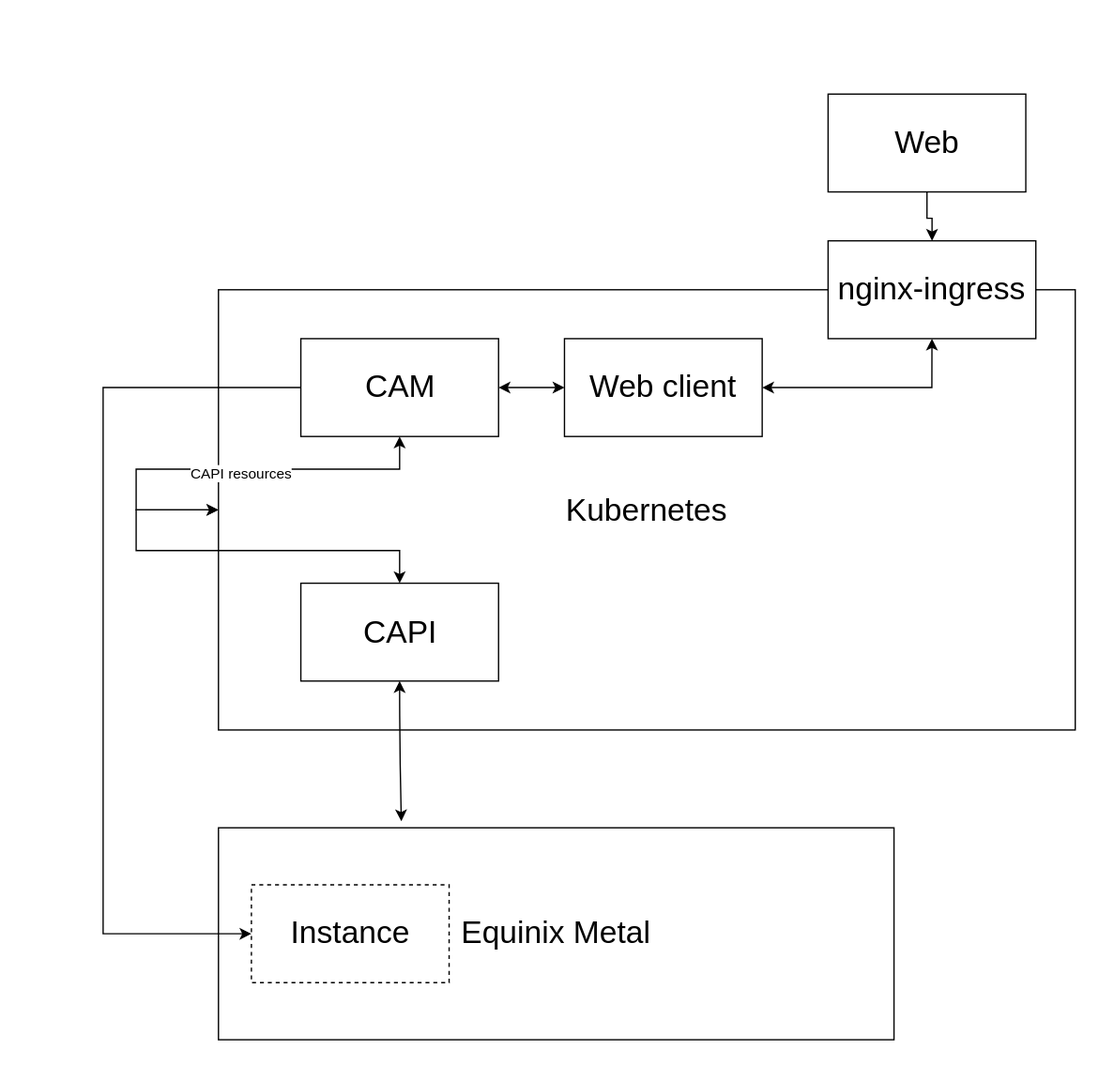
The draw.io diagram architecture-diagram.svg in sharingio/pair, before a commit. Source tidied: cells renumbered, new cells last; positions are measured from the earlier drawing's top-left corner, leaving out a move shared by most shapes. Its diagram source:
```xml
<mxGraphModel>
  <root>
    <mxCell id="0" />
    <mxCell id="1" parent="0" />
    <mxCell id="2" value="Kubernetes" style="rounded=0;whiteSpace=wrap;html=1;fontSize=24;" parent="1" vertex="1">
      <mxGeometry x="87.8" y="149" width="652.2" height="335.2" as="geometry" />
    </mxCell>
    <mxCell id="3" value="Web client" style="rounded=0;whiteSpace=wrap;html=1;fontSize=24;" parent="1" vertex="1">
      <mxGeometry x="351.2" y="186.2" width="150.5" height="74.5" as="geometry" />
    </mxCell>
    <mxCell id="4" style="edgeStyle=orthogonalEdgeStyle;rounded=0;jettySize=auto;html=1;entryX=0;entryY=0.5;entryDx=0;entryDy=0;startArrow=classic;startFill=1;fontSize=24;" parent="1" edge="1" source="7" target="3">
      <mxGeometry x="170" y="50" as="geometry" />
    </mxCell>
    <mxCell id="5" style="edgeStyle=orthogonalEdgeStyle;rounded=0;jettySize=auto;html=1;entryX=0;entryY=0.5;entryDx=0;entryDy=0;startArrow=classic;startFill=1;fontSize=24;" parent="1" edge="1" source="7" target="2">
      <mxGeometry x="170" y="50" as="geometry">
        <Array as="points">
          <mxPoint x="225.8" y="285.5" />
          <mxPoint x="25.1" y="285.5" />
          <mxPoint x="25.1" y="316.6" />
        </Array>
      </mxGeometry>
    </mxCell>
    <mxCell id="6" value="CAPI resources" style="edgeLabel;html=1;align=center;verticalAlign=middle;" parent="5" vertex="1">
      <mxGeometry x="0.07" y="3" relative="1" as="geometry">
        <mxPoint x="24" as="offset" />
      </mxGeometry>
    </mxCell>
    <mxCell id="7" value="CAM" style="rounded=0;whiteSpace=wrap;html=1;fontSize=24;" parent="1" vertex="1">
      <mxGeometry x="150.5" y="186.2" width="150.5" height="74.5" as="geometry" />
    </mxCell>
    <mxCell id="8" value="nginx-ingress" style="rounded=0;whiteSpace=wrap;html=1;fontSize=24;" parent="1" vertex="1">
      <mxGeometry x="551.9" y="111.7" width="158.1" height="74.5" as="geometry" />
    </mxCell>
    <mxCell id="9" style="edgeStyle=orthogonalEdgeStyle;rounded=0;jettySize=auto;html=1;exitX=1;exitY=0.5;exitDx=0;exitDy=0;entryX=0.5;entryY=1;entryDx=0;entryDy=0;startArrow=classic;startFill=1;fontSize=24;" parent="1" edge="1" source="3" target="8">
      <mxGeometry x="170" y="50" as="geometry" />
    </mxCell>
    <mxCell id="10" style="edgeStyle=orthogonalEdgeStyle;jettySize=auto;html=1;startArrow=classic;startFill=1;curved=1;fontSize=24;" parent="1" edge="1" source="12">
      <mxGeometry x="170" y="50" as="geometry">
        <mxPoint x="227" y="553.7" as="targetPoint" />
      </mxGeometry>
    </mxCell>
    <mxCell id="11" style="edgeStyle=orthogonalEdgeStyle;rounded=0;jettySize=auto;html=1;entryX=0;entryY=0.5;entryDx=0;entryDy=0;startArrow=classic;startFill=1;fontSize=24;" parent="1" edge="1" source="12" target="2">
      <mxGeometry x="170" y="50" as="geometry">
        <Array as="points">
          <mxPoint x="225.8" y="347.6" />
          <mxPoint x="25.1" y="347.6" />
          <mxPoint x="25.1" y="316.6" />
        </Array>
      </mxGeometry>
    </mxCell>
    <mxCell id="12" value="CAPI" style="rounded=0;whiteSpace=wrap;html=1;fontSize=24;" parent="1" vertex="1">
      <mxGeometry x="150.5" y="372.4" width="150.5" height="74.5" as="geometry" />
    </mxCell>
    <mxCell id="13" value="Equinix Metal" style="rounded=0;whiteSpace=wrap;html=1;fontSize=24;" parent="1" vertex="1">
      <mxGeometry x="87.8" y="558.6" width="514.2" height="161.4" as="geometry" />
    </mxCell>
    <mxCell id="14" value="Instance" style="rounded=0;whiteSpace=wrap;html=1;dashed=1;fontSize=24;" parent="1" vertex="1">
      <mxGeometry x="112.9" y="602.1" width="150.5" height="74.5" as="geometry" />
    </mxCell>
    <mxCell id="15" style="edgeStyle=orthogonalEdgeStyle;rounded=0;jettySize=auto;html=1;startArrow=none;startFill=0;fontSize=24;" parent="1" edge="1" source="16" target="8">
      <mxGeometry x="170" y="50" as="geometry" />
    </mxCell>
    <mxCell id="16" value="Web" style="rounded=0;whiteSpace=wrap;html=1;fontSize=24;" parent="1" vertex="1">
      <mxGeometry x="551.9" width="150.5" height="74.5" as="geometry" />
    </mxCell>
    <mxCell id="17" style="edgeStyle=orthogonalEdgeStyle;rounded=0;jettySize=auto;html=1;entryX=0;entryY=0.5;entryDx=0;entryDy=0;startArrow=none;startFill=0;fontSize=24;" parent="1" edge="1" source="7" target="14">
      <mxGeometry x="170" y="50" as="geometry">
        <Array as="points">
          <mxPoint y="223.4" />
          <mxPoint y="639.3" />
        </Array>
      </mxGeometry>
    </mxCell>
  </root>
</mxGraphModel>
```
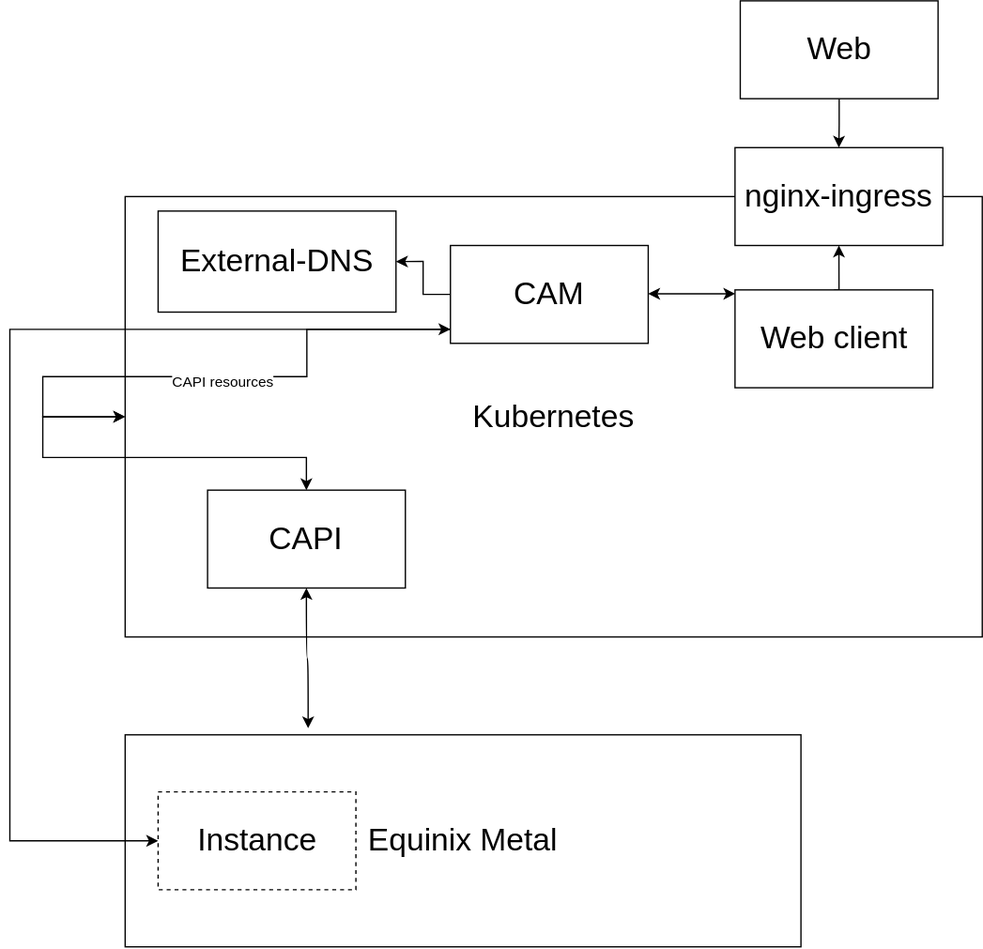
After the change.

Commit message:
Update architecture-diagram

Diff of the diagram source:
```diff
@@ -5,18 +5,27 @@
     <mxCell id="2" value="Kubernetes" style="rounded=0;whiteSpace=wrap;html=1;fontSize=24;" parent="1" vertex="1">
       <mxGeometry x="87.8" y="149" width="652.2" height="335.2" as="geometry" />
     </mxCell>
+    <mxCell id="9" style="edgeStyle=orthogonalEdgeStyle;rounded=0;jettySize=auto;html=1;exitX=0.5;exitY=0;exitDx=0;exitDy=0;entryX=0.5;entryY=1;entryDx=0;entryDy=0;" parent="1" edge="1" source="3" target="8">
+      <mxGeometry relative="1" as="geometry" />
+    </mxCell>
     <mxCell id="3" value="Web client" style="rounded=0;whiteSpace=wrap;html=1;fontSize=24;" parent="1" vertex="1">
-      <mxGeometry x="351.2" y="186.2" width="150.5" height="74.5" as="geometry" />
+      <mxGeometry x="551.9" y="220" width="150.5" height="74.5" as="geometry" />
     </mxCell>
-    <mxCell id="4" style="edgeStyle=orthogonalEdgeStyle;rounded=0;jettySize=auto;html=1;entryX=0;entryY=0.5;entryDx=0;entryDy=0;startArrow=classic;startFill=1;fontSize=24;" parent="1" edge="1" source="7" target="3">
-      <mxGeometry x="170" y="50" as="geometry" />
+    <mxCell id="4" style="edgeStyle=orthogonalEdgeStyle;rounded=0;jettySize=auto;html=1;startArrow=classic;startFill=1;fontSize=24;" parent="1" edge="1" source="7">
+      <mxGeometry x="179.9" y="50" as="geometry">
+        <mxPoint x="552.1" y="223" as="targetPoint" />
+        <Array as="points">
+          <mxPoint x="552.1" y="223" />
+        </Array>
+      </mxGeometry>
     </mxCell>
     <mxCell id="5" style="edgeStyle=orthogonalEdgeStyle;rounded=0;jettySize=auto;html=1;entryX=0;entryY=0.5;entryDx=0;entryDy=0;startArrow=classic;startFill=1;fontSize=24;" parent="1" edge="1" source="7" target="2">
-      <mxGeometry x="170" y="50" as="geometry">
+      <mxGeometry x="179.9" y="50" as="geometry">
         <Array as="points">
-          <mxPoint x="225.8" y="285.5" />
-          <mxPoint x="25.1" y="285.5" />
-          <mxPoint x="25.1" y="316.6" />
+          <mxPoint x="226.1" y="250" />
+          <mxPoint x="226.1" y="286" />
+          <mxPoint x="25.1" y="286" />
+          <mxPoint x="25.1" y="317" />
         </Array>
       </mxGeometry>
     </mxCell>
@@ -25,22 +34,22 @@
         <mxPoint x="24" as="offset" />
       </mxGeometry>
     </mxCell>
+    <mxCell id="18" style="edgeStyle=orthogonalEdgeStyle;rounded=0;jettySize=auto;html=1;entryX=1;entryY=0.5;entryDx=0;entryDy=0;" parent="1" edge="1" source="7" target="19">
+      <mxGeometry relative="1" as="geometry" />
+    </mxCell>
     <mxCell id="7" value="CAM" style="rounded=0;whiteSpace=wrap;html=1;fontSize=24;" parent="1" vertex="1">
-      <mxGeometry x="150.5" y="186.2" width="150.5" height="74.5" as="geometry" />
+      <mxGeometry x="335.3" y="186.2" width="150.5" height="74.5" as="geometry" />
     </mxCell>
     <mxCell id="8" value="nginx-ingress" style="rounded=0;whiteSpace=wrap;html=1;fontSize=24;" parent="1" vertex="1">
       <mxGeometry x="551.9" y="111.7" width="158.1" height="74.5" as="geometry" />
     </mxCell>
-    <mxCell id="9" style="edgeStyle=orthogonalEdgeStyle;rounded=0;jettySize=auto;html=1;exitX=1;exitY=0.5;exitDx=0;exitDy=0;entryX=0.5;entryY=1;entryDx=0;entryDy=0;startArrow=classic;startFill=1;fontSize=24;" parent="1" edge="1" source="3" target="8">
-      <mxGeometry x="170" y="50" as="geometry" />
-    </mxCell>
     <mxCell id="10" style="edgeStyle=orthogonalEdgeStyle;jettySize=auto;html=1;startArrow=classic;startFill=1;curved=1;fontSize=24;" parent="1" edge="1" source="12">
-      <mxGeometry x="170" y="50" as="geometry">
-        <mxPoint x="227" y="553.7" as="targetPoint" />
+      <mxGeometry x="179.9" y="50" as="geometry">
+        <mxPoint x="227.1" y="553.7" as="targetPoint" />
       </mxGeometry>
     </mxCell>
     <mxCell id="11" style="edgeStyle=orthogonalEdgeStyle;rounded=0;jettySize=auto;html=1;entryX=0;entryY=0.5;entryDx=0;entryDy=0;startArrow=classic;startFill=1;fontSize=24;" parent="1" edge="1" source="12" target="2">
-      <mxGeometry x="170" y="50" as="geometry">
+      <mxGeometry x="179.9" y="50" as="geometry">
         <Array as="points">
           <mxPoint x="225.8" y="347.6" />
           <mxPoint x="25.1" y="347.6" />
@@ -58,18 +67,21 @@
       <mxGeometry x="112.9" y="602.1" width="150.5" height="74.5" as="geometry" />
     </mxCell>
     <mxCell id="15" style="edgeStyle=orthogonalEdgeStyle;rounded=0;jettySize=auto;html=1;startArrow=none;startFill=0;fontSize=24;" parent="1" edge="1" source="16" target="8">
-      <mxGeometry x="170" y="50" as="geometry" />
+      <mxGeometry x="179.9" y="50" as="geometry" />
     </mxCell>
     <mxCell id="16" value="Web" style="rounded=0;whiteSpace=wrap;html=1;fontSize=24;" parent="1" vertex="1">
-      <mxGeometry x="551.9" width="150.5" height="74.5" as="geometry" />
+      <mxGeometry x="555.9" width="150.5" height="74.5" as="geometry" />
     </mxCell>
     <mxCell id="17" style="edgeStyle=orthogonalEdgeStyle;rounded=0;jettySize=auto;html=1;entryX=0;entryY=0.5;entryDx=0;entryDy=0;startArrow=none;startFill=0;fontSize=24;" parent="1" edge="1" source="7" target="14">
-      <mxGeometry x="170" y="50" as="geometry">
+      <mxGeometry x="179.9" y="50" as="geometry">
         <Array as="points">
-          <mxPoint y="223.4" />
-          <mxPoint y="639.3" />
+          <mxPoint x="0.1" y="250" />
+          <mxPoint x="0.1" y="639" />
         </Array>
       </mxGeometry>
     </mxCell>
+    <mxCell id="19" value="&lt;font style=&quot;font-size: 24px&quot;&gt;External-DNS&lt;/font&gt;" style="rounded=0;whiteSpace=wrap;html=1;" parent="1" vertex="1">
+      <mxGeometry x="112.9" y="160" width="181" height="76.9" as="geometry" />
+    </mxCell>
   </root>
 </mxGraphModel>
```
